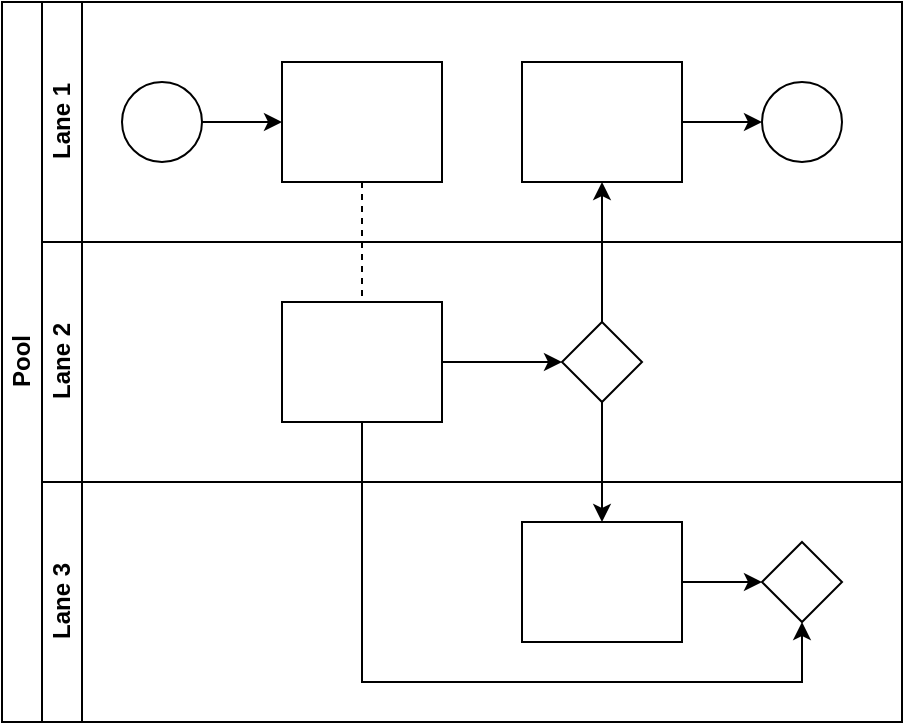
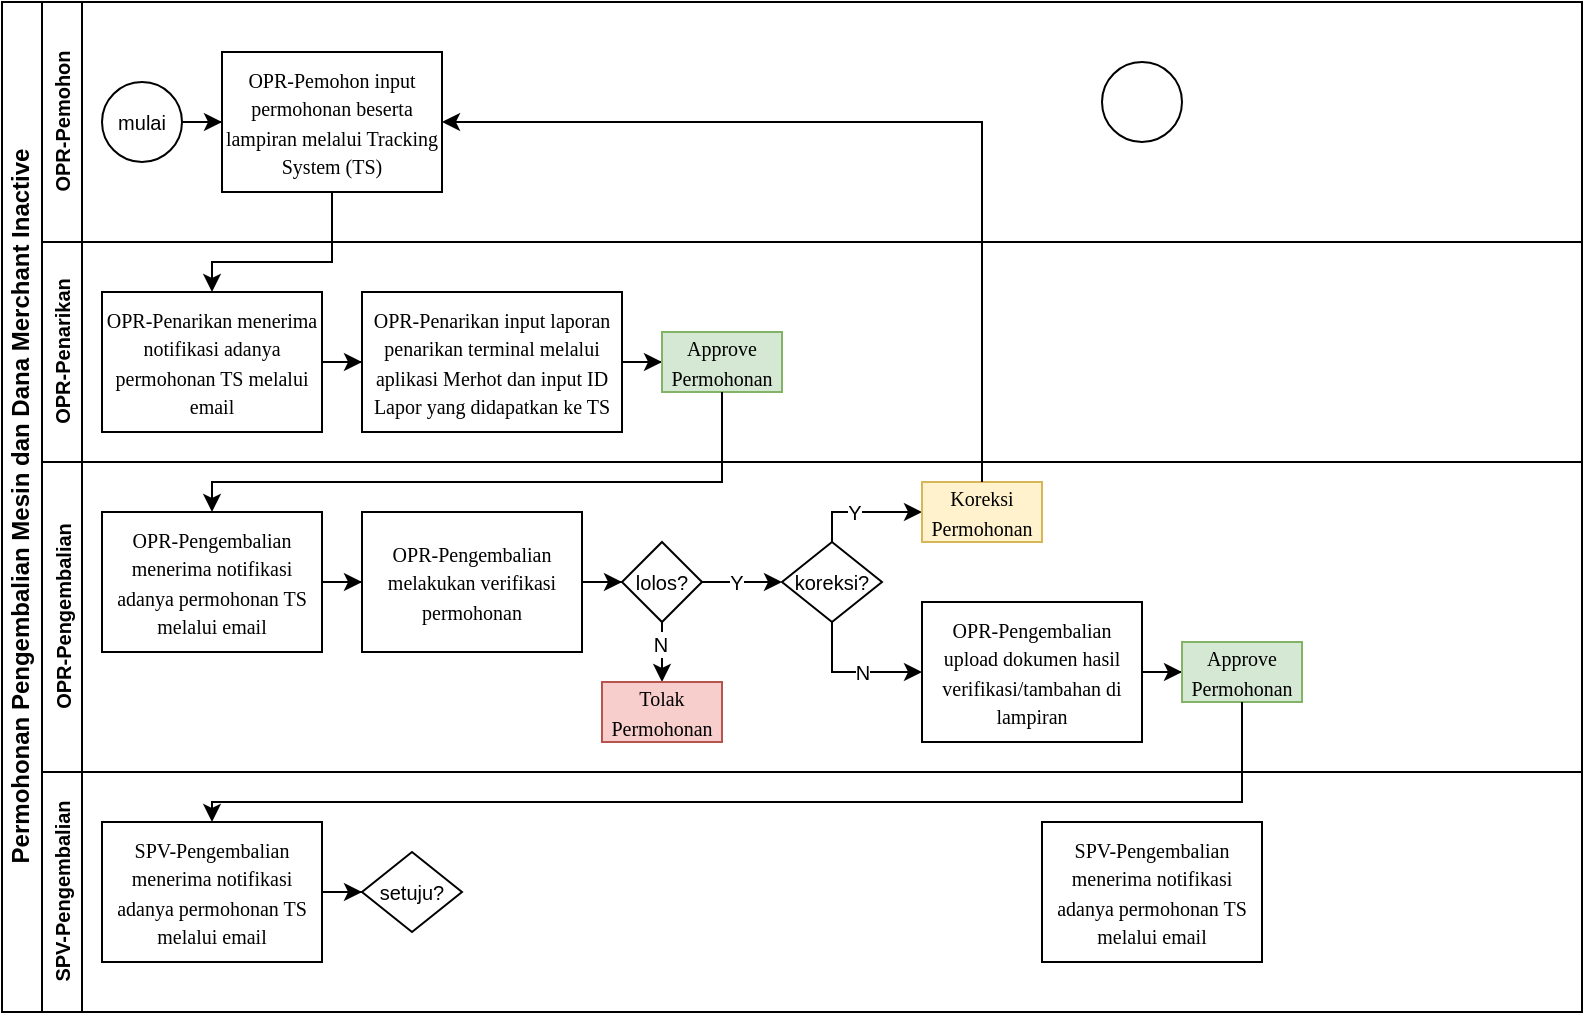
<mxfile host="app.diagrams.net" agent="Mozilla/5.0 (Windows NT 10.0; Win64; x64) AppleWebKit/537.36 (KHTML, like Gecko) Chrome/126.0.0.0 Safari/537.36" version="29.5.4">
  <diagram id="prtHgNgQTEPvFCAcTncT" name="Page-1">
-     <mxGraphModel dx="1223" dy="645" grid="1" gridSize="10" guides="1" tooltips="1" connect="1" arrows="1" fold="1" page="1" pageScale="1" pageWidth="827" pageHeight="1169" math="0" shadow="0">
+     <mxGraphModel dx="683" dy="432" grid="1" gridSize="10" guides="1" tooltips="1" connect="1" arrows="1" fold="1" page="1" pageScale="1" pageWidth="827" pageHeight="1169" math="0" shadow="0">
      <root>
        <mxCell id="0" />
        <mxCell id="1" parent="0" />
-         <mxCell id="dNxyNK7c78bLwvsdeMH5-19" value="Pool" style="swimlane;html=1;childLayout=stackLayout;resizeParent=1;resizeParentMax=0;horizontal=0;startSize=20;horizontalStack=0;" parent="1" vertex="1">
-           <mxGeometry x="120" y="120" width="450" height="360" as="geometry" />
+         <mxCell id="dNxyNK7c78bLwvsdeMH5-19" parent="1" style="swimlane;html=1;childLayout=stackLayout;resizeParent=1;resizeParentMax=0;horizontal=0;startSize=20;horizontalStack=0;" value="Permohonan Pengembalian Mesin dan Dana Merchant Inactive" vertex="1">
+           <mxGeometry height="505" width="790" x="120" y="120" as="geometry" />
        </mxCell>
-         <mxCell id="dNxyNK7c78bLwvsdeMH5-27" value="" style="edgeStyle=orthogonalEdgeStyle;rounded=0;orthogonalLoop=1;jettySize=auto;html=1;dashed=1;endArrow=none;endFill=0;" parent="dNxyNK7c78bLwvsdeMH5-19" source="dNxyNK7c78bLwvsdeMH5-24" target="dNxyNK7c78bLwvsdeMH5-26" edge="1">
+         <mxCell id="dNxyNK7c78bLwvsdeMH5-20" parent="dNxyNK7c78bLwvsdeMH5-19" style="swimlane;html=1;startSize=20;horizontal=0;" value="&lt;font style=&quot;font-size: 10px;&quot;&gt;OPR-Pemohon&lt;/font&gt;" vertex="1">
+           <mxGeometry height="120" width="770" x="20" as="geometry" />
+         </mxCell>
+         <mxCell id="dNxyNK7c78bLwvsdeMH5-25" edge="1" parent="dNxyNK7c78bLwvsdeMH5-20" source="dNxyNK7c78bLwvsdeMH5-23" style="edgeStyle=orthogonalEdgeStyle;rounded=0;orthogonalLoop=1;jettySize=auto;html=1;" target="dNxyNK7c78bLwvsdeMH5-24" value="">
          <mxGeometry relative="1" as="geometry" />
        </mxCell>
-         <mxCell id="dNxyNK7c78bLwvsdeMH5-31" style="edgeStyle=orthogonalEdgeStyle;rounded=0;orthogonalLoop=1;jettySize=auto;html=1;endArrow=classic;endFill=1;" parent="dNxyNK7c78bLwvsdeMH5-19" source="dNxyNK7c78bLwvsdeMH5-28" target="dNxyNK7c78bLwvsdeMH5-30" edge="1">
-           <mxGeometry relative="1" as="geometry" />
+         <mxCell id="dNxyNK7c78bLwvsdeMH5-23" parent="dNxyNK7c78bLwvsdeMH5-20" style="ellipse;whiteSpace=wrap;html=1;" value="&lt;font style=&quot;font-size: 10px;&quot;&gt;mulai&lt;/font&gt;" vertex="1">
+           <mxGeometry height="40" width="40" x="30" y="40" as="geometry" />
        </mxCell>
-         <mxCell id="dNxyNK7c78bLwvsdeMH5-35" style="edgeStyle=orthogonalEdgeStyle;rounded=0;orthogonalLoop=1;jettySize=auto;html=1;endArrow=classic;endFill=1;" parent="dNxyNK7c78bLwvsdeMH5-19" source="dNxyNK7c78bLwvsdeMH5-28" target="dNxyNK7c78bLwvsdeMH5-34" edge="1">
-           <mxGeometry relative="1" as="geometry" />
+         <mxCell id="dNxyNK7c78bLwvsdeMH5-24" parent="dNxyNK7c78bLwvsdeMH5-20" style="rounded=0;whiteSpace=wrap;html=1;fontFamily=Helvetica;fontSize=12;fontColor=#000000;align=center;" value="&lt;p style=&quot;margin-top: 0pt; margin-bottom: 0pt; margin-left: 0in; text-indent: 0in;&quot;&gt;&lt;font face=&quot;Calibri&quot;&gt;&lt;span style=&quot;font-size: 10px;&quot;&gt;OPR-Pemohon input permohonan beserta lampiran melalui Tracking System (TS)&lt;/span&gt;&lt;/font&gt;&lt;/p&gt;" vertex="1">
+           <mxGeometry height="70" width="110" x="90" y="25" as="geometry" />
        </mxCell>
-         <mxCell id="dNxyNK7c78bLwvsdeMH5-38" style="edgeStyle=orthogonalEdgeStyle;rounded=0;orthogonalLoop=1;jettySize=auto;html=1;endArrow=classic;endFill=1;" parent="dNxyNK7c78bLwvsdeMH5-19" source="dNxyNK7c78bLwvsdeMH5-26" target="dNxyNK7c78bLwvsdeMH5-36" edge="1">
+         <mxCell id="dNxyNK7c78bLwvsdeMH5-32" parent="dNxyNK7c78bLwvsdeMH5-20" style="ellipse;whiteSpace=wrap;html=1;" value="" vertex="1">
+           <mxGeometry height="40" width="40" x="530" y="30" as="geometry" />
+         </mxCell>
+         <mxCell id="NBJxpP88fzu-h1vcubgM-2" edge="1" parent="dNxyNK7c78bLwvsdeMH5-19" source="dNxyNK7c78bLwvsdeMH5-24" style="edgeStyle=orthogonalEdgeStyle;rounded=0;orthogonalLoop=1;jettySize=auto;html=1;" target="NBJxpP88fzu-h1vcubgM-1">
          <mxGeometry relative="1" as="geometry">
            <Array as="points">
-               <mxPoint x="180" y="340" />
-               <mxPoint x="400" y="340" />
+               <mxPoint x="165" y="130" />
+               <mxPoint x="105" y="130" />
            </Array>
          </mxGeometry>
        </mxCell>
-         <mxCell id="dNxyNK7c78bLwvsdeMH5-20" value="Lane 1" style="swimlane;html=1;startSize=20;horizontal=0;" parent="dNxyNK7c78bLwvsdeMH5-19" vertex="1">
-           <mxGeometry x="20" width="430" height="120" as="geometry" />
+         <mxCell id="dNxyNK7c78bLwvsdeMH5-21" parent="dNxyNK7c78bLwvsdeMH5-19" style="swimlane;html=1;startSize=20;horizontal=0;" value="&lt;font style=&quot;font-size: 10px;&quot;&gt;OPR-Penarikan&lt;/font&gt;" vertex="1">
+           <mxGeometry height="110" width="770" x="20" y="120" as="geometry" />
        </mxCell>
-         <mxCell id="dNxyNK7c78bLwvsdeMH5-25" value="" style="edgeStyle=orthogonalEdgeStyle;rounded=0;orthogonalLoop=1;jettySize=auto;html=1;" parent="dNxyNK7c78bLwvsdeMH5-20" source="dNxyNK7c78bLwvsdeMH5-23" target="dNxyNK7c78bLwvsdeMH5-24" edge="1">
+         <mxCell id="NBJxpP88fzu-h1vcubgM-4" edge="1" parent="dNxyNK7c78bLwvsdeMH5-21" source="NBJxpP88fzu-h1vcubgM-1" style="edgeStyle=orthogonalEdgeStyle;rounded=0;orthogonalLoop=1;jettySize=auto;html=1;" target="NBJxpP88fzu-h1vcubgM-3">
          <mxGeometry relative="1" as="geometry" />
        </mxCell>
-         <mxCell id="dNxyNK7c78bLwvsdeMH5-23" value="" style="ellipse;whiteSpace=wrap;html=1;" parent="dNxyNK7c78bLwvsdeMH5-20" vertex="1">
-           <mxGeometry x="40" y="40" width="40" height="40" as="geometry" />
+         <mxCell id="NBJxpP88fzu-h1vcubgM-1" parent="dNxyNK7c78bLwvsdeMH5-21" style="rounded=0;whiteSpace=wrap;html=1;fontFamily=Helvetica;fontSize=12;fontColor=#000000;align=center;" value="&lt;p style=&quot;margin-top: 0pt; margin-bottom: 0pt; margin-left: 0in; text-indent: 0in;&quot;&gt;&lt;font face=&quot;Calibri&quot;&gt;&lt;span style=&quot;font-size: 10px;&quot;&gt;OPR-Penarikan menerima notifikasi adanya permohonan TS melalui email&lt;/span&gt;&lt;/font&gt;&lt;/p&gt;" vertex="1">
+           <mxGeometry height="70" width="110" x="30" y="25" as="geometry" />
        </mxCell>
-         <mxCell id="dNxyNK7c78bLwvsdeMH5-24" value="" style="rounded=0;whiteSpace=wrap;html=1;fontFamily=Helvetica;fontSize=12;fontColor=#000000;align=center;" parent="dNxyNK7c78bLwvsdeMH5-20" vertex="1">
-           <mxGeometry x="120" y="30" width="80" height="60" as="geometry" />
-         </mxCell>
-         <mxCell id="dNxyNK7c78bLwvsdeMH5-33" value="" style="edgeStyle=orthogonalEdgeStyle;rounded=0;orthogonalLoop=1;jettySize=auto;html=1;endArrow=classic;endFill=1;" parent="dNxyNK7c78bLwvsdeMH5-20" source="dNxyNK7c78bLwvsdeMH5-30" target="dNxyNK7c78bLwvsdeMH5-32" edge="1">
+         <mxCell id="NBJxpP88fzu-h1vcubgM-11" edge="1" parent="dNxyNK7c78bLwvsdeMH5-21" source="NBJxpP88fzu-h1vcubgM-3" style="edgeStyle=orthogonalEdgeStyle;rounded=0;orthogonalLoop=1;jettySize=auto;html=1;" target="NBJxpP88fzu-h1vcubgM-10">
          <mxGeometry relative="1" as="geometry" />
        </mxCell>
-         <mxCell id="dNxyNK7c78bLwvsdeMH5-30" value="" style="rounded=0;whiteSpace=wrap;html=1;fontFamily=Helvetica;fontSize=12;fontColor=#000000;align=center;" parent="dNxyNK7c78bLwvsdeMH5-20" vertex="1">
-           <mxGeometry x="240" y="30" width="80" height="60" as="geometry" />
+         <mxCell id="NBJxpP88fzu-h1vcubgM-3" parent="dNxyNK7c78bLwvsdeMH5-21" style="rounded=0;whiteSpace=wrap;html=1;fontFamily=Helvetica;fontSize=12;fontColor=#000000;align=center;" value="&lt;p style=&quot;margin-top: 0pt; margin-bottom: 0pt; margin-left: 0in; text-indent: 0in;&quot;&gt;&lt;font face=&quot;Calibri&quot;&gt;&lt;span style=&quot;font-size: 10px;&quot;&gt;OPR-Penarikan input laporan penarikan terminal melalui aplikasi Merhot dan input ID Lapor yang didapatkan ke TS&lt;/span&gt;&lt;/font&gt;&lt;/p&gt;" vertex="1">
+           <mxGeometry height="70" width="130" x="160" y="25" as="geometry" />
        </mxCell>
-         <mxCell id="dNxyNK7c78bLwvsdeMH5-32" value="" style="ellipse;whiteSpace=wrap;html=1;" parent="dNxyNK7c78bLwvsdeMH5-20" vertex="1">
-           <mxGeometry x="360" y="40" width="40" height="40" as="geometry" />
+         <mxCell id="NBJxpP88fzu-h1vcubgM-10" parent="dNxyNK7c78bLwvsdeMH5-21" style="rounded=0;whiteSpace=wrap;html=1;fontFamily=Helvetica;fontSize=12;align=center;fillColor=#d5e8d4;strokeColor=#82b366;" value="&lt;p style=&quot;margin-top: 0pt; margin-bottom: 0pt; margin-left: 0in; text-indent: 0in;&quot;&gt;&lt;font face=&quot;Calibri&quot;&gt;&lt;span style=&quot;font-size: 10px;&quot;&gt;Approve Permohonan&lt;/span&gt;&lt;/font&gt;&lt;/p&gt;" vertex="1">
+           <mxGeometry height="30" width="60" x="310" y="45" as="geometry" />
        </mxCell>
-         <mxCell id="dNxyNK7c78bLwvsdeMH5-21" value="Lane 2" style="swimlane;html=1;startSize=20;horizontal=0;" parent="dNxyNK7c78bLwvsdeMH5-19" vertex="1">
-           <mxGeometry x="20" y="120" width="430" height="120" as="geometry" />
+         <mxCell id="NBJxpP88fzu-h1vcubgM-14" edge="1" parent="dNxyNK7c78bLwvsdeMH5-19" source="NBJxpP88fzu-h1vcubgM-10" style="edgeStyle=orthogonalEdgeStyle;rounded=0;orthogonalLoop=1;jettySize=auto;html=1;entryX=0.5;entryY=0;entryDx=0;entryDy=0;" target="NBJxpP88fzu-h1vcubgM-12">
+           <mxGeometry relative="1" as="geometry">
+             <Array as="points">
+               <mxPoint x="360" y="240" />
+               <mxPoint x="105" y="240" />
+             </Array>
+           </mxGeometry>
        </mxCell>
-         <mxCell id="dNxyNK7c78bLwvsdeMH5-29" value="" style="edgeStyle=orthogonalEdgeStyle;rounded=0;orthogonalLoop=1;jettySize=auto;html=1;endArrow=classic;endFill=1;" parent="dNxyNK7c78bLwvsdeMH5-21" source="dNxyNK7c78bLwvsdeMH5-26" target="dNxyNK7c78bLwvsdeMH5-28" edge="1">
+         <mxCell id="dNxyNK7c78bLwvsdeMH5-22" parent="dNxyNK7c78bLwvsdeMH5-19" style="swimlane;html=1;startSize=20;horizontal=0;" value="&lt;font style=&quot;font-size: 10px;&quot;&gt;OPR-Pengembalian&lt;/font&gt;" vertex="1">
+           <mxGeometry height="155" width="770" x="20" y="230" as="geometry" />
+         </mxCell>
+         <mxCell id="NBJxpP88fzu-h1vcubgM-34" edge="1" parent="dNxyNK7c78bLwvsdeMH5-22" source="NBJxpP88fzu-h1vcubgM-12" style="edgeStyle=orthogonalEdgeStyle;rounded=0;orthogonalLoop=1;jettySize=auto;html=1;entryX=0;entryY=0.5;entryDx=0;entryDy=0;" target="NBJxpP88fzu-h1vcubgM-33">
          <mxGeometry relative="1" as="geometry" />
        </mxCell>
-         <mxCell id="dNxyNK7c78bLwvsdeMH5-26" value="" style="rounded=0;whiteSpace=wrap;html=1;fontFamily=Helvetica;fontSize=12;fontColor=#000000;align=center;" parent="dNxyNK7c78bLwvsdeMH5-21" vertex="1">
-           <mxGeometry x="120" y="30" width="80" height="60" as="geometry" />
+         <mxCell id="NBJxpP88fzu-h1vcubgM-12" parent="dNxyNK7c78bLwvsdeMH5-22" style="rounded=0;whiteSpace=wrap;html=1;fontFamily=Helvetica;fontSize=12;fontColor=#000000;align=center;" value="&lt;p style=&quot;margin-top: 0pt; margin-bottom: 0pt; margin-left: 0in; text-indent: 0in;&quot;&gt;&lt;font face=&quot;Calibri&quot;&gt;&lt;span style=&quot;font-size: 10px;&quot;&gt;OPR-Pengembalian menerima notifikasi adanya permohonan TS melalui email&lt;/span&gt;&lt;/font&gt;&lt;/p&gt;" vertex="1">
+           <mxGeometry height="70" width="110" x="30" y="25" as="geometry" />
        </mxCell>
-         <mxCell id="dNxyNK7c78bLwvsdeMH5-28" value="" style="rhombus;whiteSpace=wrap;html=1;fontFamily=Helvetica;fontSize=12;fontColor=#000000;align=center;" parent="dNxyNK7c78bLwvsdeMH5-21" vertex="1">
-           <mxGeometry x="260" y="40" width="40" height="40" as="geometry" />
-         </mxCell>
-         <mxCell id="dNxyNK7c78bLwvsdeMH5-22" value="Lane 3" style="swimlane;html=1;startSize=20;horizontal=0;" parent="dNxyNK7c78bLwvsdeMH5-19" vertex="1">
-           <mxGeometry x="20" y="240" width="430" height="120" as="geometry" />
-         </mxCell>
-         <mxCell id="dNxyNK7c78bLwvsdeMH5-37" value="" style="edgeStyle=orthogonalEdgeStyle;rounded=0;orthogonalLoop=1;jettySize=auto;html=1;endArrow=classic;endFill=1;" parent="dNxyNK7c78bLwvsdeMH5-22" source="dNxyNK7c78bLwvsdeMH5-34" target="dNxyNK7c78bLwvsdeMH5-36" edge="1">
+         <mxCell id="NBJxpP88fzu-h1vcubgM-35" edge="1" parent="dNxyNK7c78bLwvsdeMH5-22" source="NBJxpP88fzu-h1vcubgM-33" style="edgeStyle=orthogonalEdgeStyle;rounded=0;orthogonalLoop=1;jettySize=auto;html=1;entryX=0;entryY=0.5;entryDx=0;entryDy=0;" target="dNxyNK7c78bLwvsdeMH5-28">
          <mxGeometry relative="1" as="geometry" />
        </mxCell>
-         <mxCell id="dNxyNK7c78bLwvsdeMH5-34" value="" style="rounded=0;whiteSpace=wrap;html=1;fontFamily=Helvetica;fontSize=12;fontColor=#000000;align=center;" parent="dNxyNK7c78bLwvsdeMH5-22" vertex="1">
-           <mxGeometry x="240" y="20" width="80" height="60" as="geometry" />
+         <mxCell id="NBJxpP88fzu-h1vcubgM-33" parent="dNxyNK7c78bLwvsdeMH5-22" style="rounded=0;whiteSpace=wrap;html=1;fontFamily=Helvetica;fontSize=12;fontColor=#000000;align=center;" value="&lt;p style=&quot;margin-top: 0pt; margin-bottom: 0pt; margin-left: 0in; text-indent: 0in;&quot;&gt;&lt;font face=&quot;Calibri&quot;&gt;&lt;span style=&quot;font-size: 10px;&quot;&gt;OPR-Pengembalian melakukan verifikasi permohonan&lt;/span&gt;&lt;/font&gt;&lt;/p&gt;" vertex="1">
+           <mxGeometry height="70" width="110" x="160" y="25" as="geometry" />
        </mxCell>
-         <mxCell id="dNxyNK7c78bLwvsdeMH5-36" value="" style="rhombus;whiteSpace=wrap;html=1;fontFamily=Helvetica;fontSize=12;fontColor=#000000;align=center;" parent="dNxyNK7c78bLwvsdeMH5-22" vertex="1">
-           <mxGeometry x="360" y="30" width="40" height="40" as="geometry" />
+         <mxCell id="NBJxpP88fzu-h1vcubgM-38" edge="1" parent="dNxyNK7c78bLwvsdeMH5-22" source="dNxyNK7c78bLwvsdeMH5-28" style="edgeStyle=orthogonalEdgeStyle;rounded=0;orthogonalLoop=1;jettySize=auto;html=1;entryX=0;entryY=0.5;entryDx=0;entryDy=0;" target="NBJxpP88fzu-h1vcubgM-48">
+           <mxGeometry relative="1" as="geometry" />
+         </mxCell>
+         <mxCell id="NBJxpP88fzu-h1vcubgM-49" connectable="0" parent="NBJxpP88fzu-h1vcubgM-38" style="edgeLabel;html=1;align=center;verticalAlign=middle;resizable=0;points=[];" value="&lt;font style=&quot;font-size: 10px;&quot;&gt;Y&lt;/font&gt;" vertex="1">
+           <mxGeometry relative="1" x="-0.1633" as="geometry">
+             <mxPoint as="offset" />
+           </mxGeometry>
+         </mxCell>
+         <mxCell id="NBJxpP88fzu-h1vcubgM-50" edge="1" parent="dNxyNK7c78bLwvsdeMH5-22" source="dNxyNK7c78bLwvsdeMH5-28" style="edgeStyle=orthogonalEdgeStyle;rounded=0;orthogonalLoop=1;jettySize=auto;html=1;entryX=0.5;entryY=0;entryDx=0;entryDy=0;" target="NBJxpP88fzu-h1vcubgM-37">
+           <mxGeometry relative="1" as="geometry" />
+         </mxCell>
+         <mxCell id="NBJxpP88fzu-h1vcubgM-54" connectable="0" parent="NBJxpP88fzu-h1vcubgM-50" style="edgeLabel;html=1;align=center;verticalAlign=middle;resizable=0;points=[];" value="&lt;font style=&quot;font-size: 10px;&quot;&gt;N&lt;/font&gt;" vertex="1">
+           <mxGeometry relative="1" x="0.2388" y="-1" as="geometry">
+             <mxPoint as="offset" />
+           </mxGeometry>
+         </mxCell>
+         <mxCell id="dNxyNK7c78bLwvsdeMH5-28" parent="dNxyNK7c78bLwvsdeMH5-22" style="rhombus;whiteSpace=wrap;html=1;fontFamily=Helvetica;fontSize=12;fontColor=#000000;align=center;" value="&lt;font style=&quot;font-size: 10px;&quot;&gt;lolos?&lt;/font&gt;" vertex="1">
+           <mxGeometry height="40" width="40" x="290" y="40" as="geometry" />
+         </mxCell>
+         <mxCell id="NBJxpP88fzu-h1vcubgM-37" parent="dNxyNK7c78bLwvsdeMH5-22" style="rounded=0;whiteSpace=wrap;html=1;fontFamily=Helvetica;fontSize=12;align=center;fillColor=#f8cecc;strokeColor=#b85450;" value="&lt;p style=&quot;margin-top: 0pt; margin-bottom: 0pt; margin-left: 0in; text-indent: 0in;&quot;&gt;&lt;font face=&quot;Calibri&quot;&gt;&lt;span style=&quot;font-size: 10px;&quot;&gt;Tolak Permohonan&lt;/span&gt;&lt;/font&gt;&lt;/p&gt;" vertex="1">
+           <mxGeometry height="30" width="60" x="280" y="110" as="geometry" />
+         </mxCell>
+         <mxCell id="NBJxpP88fzu-h1vcubgM-55" edge="1" parent="dNxyNK7c78bLwvsdeMH5-22" source="NBJxpP88fzu-h1vcubgM-48" style="edgeStyle=orthogonalEdgeStyle;rounded=0;orthogonalLoop=1;jettySize=auto;html=1;entryX=0;entryY=0.5;entryDx=0;entryDy=0;exitX=0.5;exitY=0;exitDx=0;exitDy=0;" target="NBJxpP88fzu-h1vcubgM-46">
+           <mxGeometry relative="1" as="geometry">
+             <Array as="points">
+               <mxPoint x="395" y="25" />
+             </Array>
+           </mxGeometry>
+         </mxCell>
+         <mxCell id="NBJxpP88fzu-h1vcubgM-56" connectable="0" parent="NBJxpP88fzu-h1vcubgM-55" style="edgeLabel;html=1;align=center;verticalAlign=middle;resizable=0;points=[];" value="&lt;font style=&quot;font-size: 10px;&quot;&gt;Y&lt;/font&gt;" vertex="1">
+           <mxGeometry relative="1" x="-0.1288" y="-2" as="geometry">
+             <mxPoint y="-2" as="offset" />
+           </mxGeometry>
+         </mxCell>
+         <mxCell id="NBJxpP88fzu-h1vcubgM-59" edge="1" parent="dNxyNK7c78bLwvsdeMH5-22" source="NBJxpP88fzu-h1vcubgM-48" style="edgeStyle=orthogonalEdgeStyle;rounded=0;orthogonalLoop=1;jettySize=auto;html=1;entryX=0;entryY=0.5;entryDx=0;entryDy=0;exitX=0.5;exitY=1;exitDx=0;exitDy=0;" target="NBJxpP88fzu-h1vcubgM-61">
+           <mxGeometry relative="1" as="geometry" />
+         </mxCell>
+         <mxCell id="NBJxpP88fzu-h1vcubgM-60" connectable="0" parent="NBJxpP88fzu-h1vcubgM-59" style="edgeLabel;html=1;align=center;verticalAlign=middle;resizable=0;points=[];" value="&lt;font style=&quot;font-size: 10px;&quot;&gt;N&lt;/font&gt;" vertex="1">
+           <mxGeometry relative="1" x="-0.7527" y="-2" as="geometry">
+             <mxPoint x="17" y="16" as="offset" />
+           </mxGeometry>
+         </mxCell>
+         <mxCell id="NBJxpP88fzu-h1vcubgM-48" parent="dNxyNK7c78bLwvsdeMH5-22" style="rhombus;whiteSpace=wrap;html=1;fontFamily=Helvetica;fontSize=12;fontColor=#000000;align=center;" value="&lt;font style=&quot;font-size: 10px;&quot;&gt;koreksi?&lt;/font&gt;" vertex="1">
+           <mxGeometry height="40" width="50" x="370" y="40" as="geometry" />
+         </mxCell>
+         <mxCell id="NBJxpP88fzu-h1vcubgM-46" parent="dNxyNK7c78bLwvsdeMH5-22" style="rounded=0;whiteSpace=wrap;html=1;fontFamily=Helvetica;fontSize=12;align=center;fillColor=#fff2cc;strokeColor=#d6b656;" value="&lt;p style=&quot;margin-top: 0pt; margin-bottom: 0pt; margin-left: 0in; text-indent: 0in;&quot;&gt;&lt;font face=&quot;Calibri&quot;&gt;&lt;span style=&quot;font-size: 10px;&quot;&gt;Koreksi Permohonan&lt;/span&gt;&lt;/font&gt;&lt;/p&gt;" vertex="1">
+           <mxGeometry height="30" width="60" x="440" y="10" as="geometry" />
+         </mxCell>
+         <mxCell id="NBJxpP88fzu-h1vcubgM-62" edge="1" parent="dNxyNK7c78bLwvsdeMH5-22" source="NBJxpP88fzu-h1vcubgM-61" style="edgeStyle=orthogonalEdgeStyle;rounded=0;orthogonalLoop=1;jettySize=auto;html=1;entryX=0;entryY=0.5;entryDx=0;entryDy=0;" target="NBJxpP88fzu-h1vcubgM-58">
+           <mxGeometry relative="1" as="geometry" />
+         </mxCell>
+         <mxCell id="NBJxpP88fzu-h1vcubgM-61" parent="dNxyNK7c78bLwvsdeMH5-22" style="rounded=0;whiteSpace=wrap;html=1;fontFamily=Helvetica;fontSize=12;fontColor=#000000;align=center;" value="&lt;p style=&quot;margin-top: 0pt; margin-bottom: 0pt; margin-left: 0in; text-indent: 0in;&quot;&gt;&lt;font face=&quot;Calibri&quot;&gt;&lt;span style=&quot;font-size: 10px;&quot;&gt;OPR-Pengembalian upload dokumen hasil verifikasi/tambahan di lampiran&lt;/span&gt;&lt;/font&gt;&lt;/p&gt;" vertex="1">
+           <mxGeometry height="70" width="110" x="440" y="70" as="geometry" />
+         </mxCell>
+         <mxCell id="NBJxpP88fzu-h1vcubgM-58" parent="dNxyNK7c78bLwvsdeMH5-22" style="rounded=0;whiteSpace=wrap;html=1;fontFamily=Helvetica;fontSize=12;align=center;fillColor=#d5e8d4;strokeColor=#82b366;" value="&lt;p style=&quot;margin-top: 0pt; margin-bottom: 0pt; margin-left: 0in; text-indent: 0in;&quot;&gt;&lt;font face=&quot;Calibri&quot;&gt;&lt;span style=&quot;font-size: 10px;&quot;&gt;Approve Permohonan&lt;/span&gt;&lt;/font&gt;&lt;/p&gt;" vertex="1">
+           <mxGeometry height="30" width="60" x="570" y="90" as="geometry" />
+         </mxCell>
+         <mxCell id="NBJxpP88fzu-h1vcubgM-57" edge="1" parent="dNxyNK7c78bLwvsdeMH5-19" source="NBJxpP88fzu-h1vcubgM-46" style="edgeStyle=orthogonalEdgeStyle;rounded=0;orthogonalLoop=1;jettySize=auto;html=1;entryX=1;entryY=0.5;entryDx=0;entryDy=0;exitX=0.5;exitY=0;exitDx=0;exitDy=0;" target="dNxyNK7c78bLwvsdeMH5-24">
+           <mxGeometry relative="1" as="geometry">
+             <Array as="points">
+               <mxPoint x="490" y="60" />
+             </Array>
+           </mxGeometry>
+         </mxCell>
+         <mxCell id="NBJxpP88fzu-h1vcubgM-39" parent="dNxyNK7c78bLwvsdeMH5-19" style="swimlane;html=1;startSize=20;horizontal=0;" value="&lt;font style=&quot;font-size: 10px;&quot;&gt;SPV-Pengembalian&lt;/font&gt;" vertex="1">
+           <mxGeometry height="120" width="770" x="20" y="385" as="geometry" />
+         </mxCell>
+         <mxCell id="NBJxpP88fzu-h1vcubgM-68" edge="1" parent="NBJxpP88fzu-h1vcubgM-39" source="NBJxpP88fzu-h1vcubgM-63" style="edgeStyle=orthogonalEdgeStyle;rounded=0;orthogonalLoop=1;jettySize=auto;html=1;entryX=0;entryY=0.5;entryDx=0;entryDy=0;" target="NBJxpP88fzu-h1vcubgM-66">
+           <mxGeometry relative="1" as="geometry" />
+         </mxCell>
+         <mxCell id="NBJxpP88fzu-h1vcubgM-63" parent="NBJxpP88fzu-h1vcubgM-39" style="rounded=0;whiteSpace=wrap;html=1;fontFamily=Helvetica;fontSize=12;fontColor=#000000;align=center;" value="&lt;p style=&quot;margin-top: 0pt; margin-bottom: 0pt; margin-left: 0in; text-indent: 0in;&quot;&gt;&lt;font face=&quot;Calibri&quot;&gt;&lt;span style=&quot;font-size: 10px;&quot;&gt;SPV-Pengembalian menerima notifikasi adanya permohonan TS melalui email&lt;/span&gt;&lt;/font&gt;&lt;/p&gt;" vertex="1">
+           <mxGeometry height="70" width="110" x="30" y="25" as="geometry" />
+         </mxCell>
+         <mxCell id="NBJxpP88fzu-h1vcubgM-65" parent="NBJxpP88fzu-h1vcubgM-39" style="rounded=0;whiteSpace=wrap;html=1;fontFamily=Helvetica;fontSize=12;fontColor=#000000;align=center;" value="&lt;p style=&quot;margin-top: 0pt; margin-bottom: 0pt; margin-left: 0in; text-indent: 0in;&quot;&gt;&lt;font face=&quot;Calibri&quot;&gt;&lt;span style=&quot;font-size: 10px;&quot;&gt;SPV-Pengembalian menerima notifikasi adanya permohonan TS melalui email&lt;/span&gt;&lt;/font&gt;&lt;/p&gt;" vertex="1">
+           <mxGeometry height="70" width="110" x="500" y="25" as="geometry" />
+         </mxCell>
+         <mxCell id="NBJxpP88fzu-h1vcubgM-66" parent="NBJxpP88fzu-h1vcubgM-39" style="rhombus;whiteSpace=wrap;html=1;fontFamily=Helvetica;fontSize=12;fontColor=#000000;align=center;" value="&lt;font style=&quot;font-size: 10px;&quot;&gt;setuju?&lt;/font&gt;" vertex="1">
+           <mxGeometry height="40" width="50" x="160" y="40" as="geometry" />
+         </mxCell>
+         <mxCell id="NBJxpP88fzu-h1vcubgM-64" edge="1" parent="dNxyNK7c78bLwvsdeMH5-19" source="NBJxpP88fzu-h1vcubgM-58" style="edgeStyle=orthogonalEdgeStyle;rounded=0;orthogonalLoop=1;jettySize=auto;html=1;" target="NBJxpP88fzu-h1vcubgM-63">
+           <mxGeometry relative="1" as="geometry">
+             <Array as="points">
+               <mxPoint x="620" y="400" />
+               <mxPoint x="105" y="400" />
+             </Array>
+           </mxGeometry>
        </mxCell>
      </root>
    </mxGraphModel>
  </diagram>
</mxfile>
